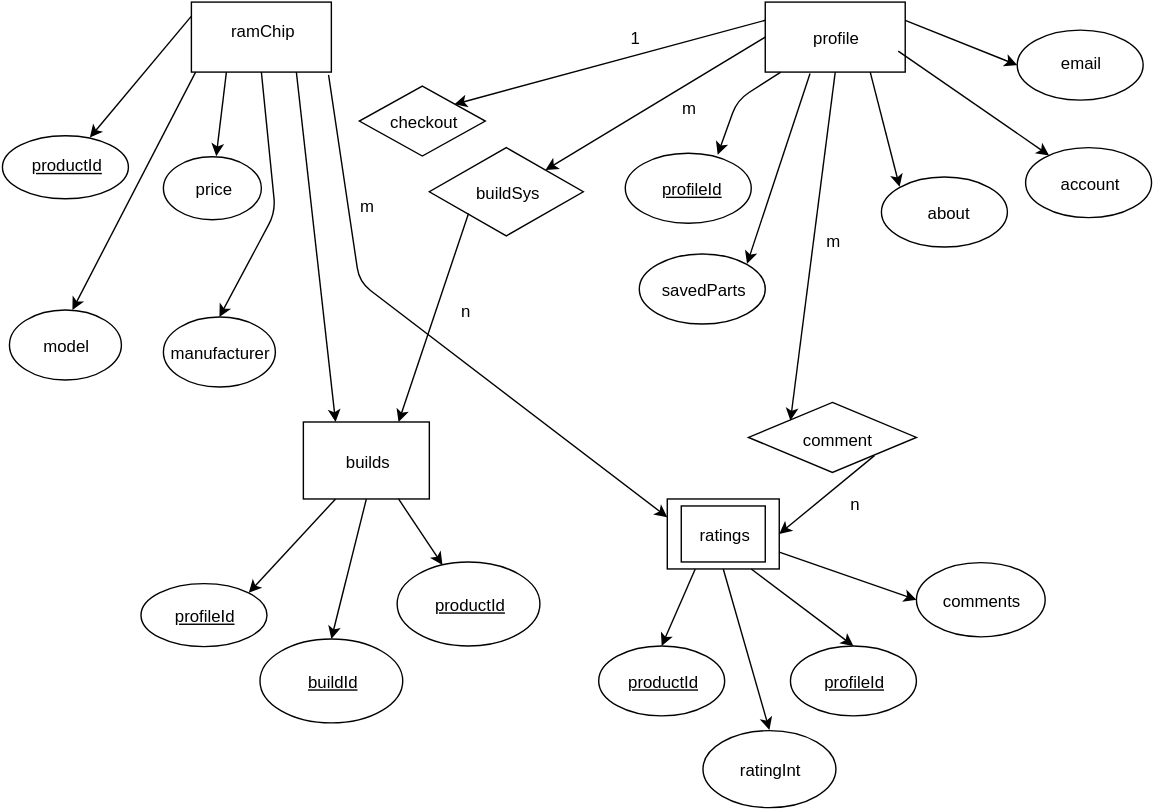
Before: pcpartpickerdotcom.svg, a diagram exported from draw.io (elainethomas/pcpartpickerdotcom). Source tidied: cells renumbered, new cells last; positions are measured from the earlier drawing's top-left corner, leaving out a move shared by most shapes.
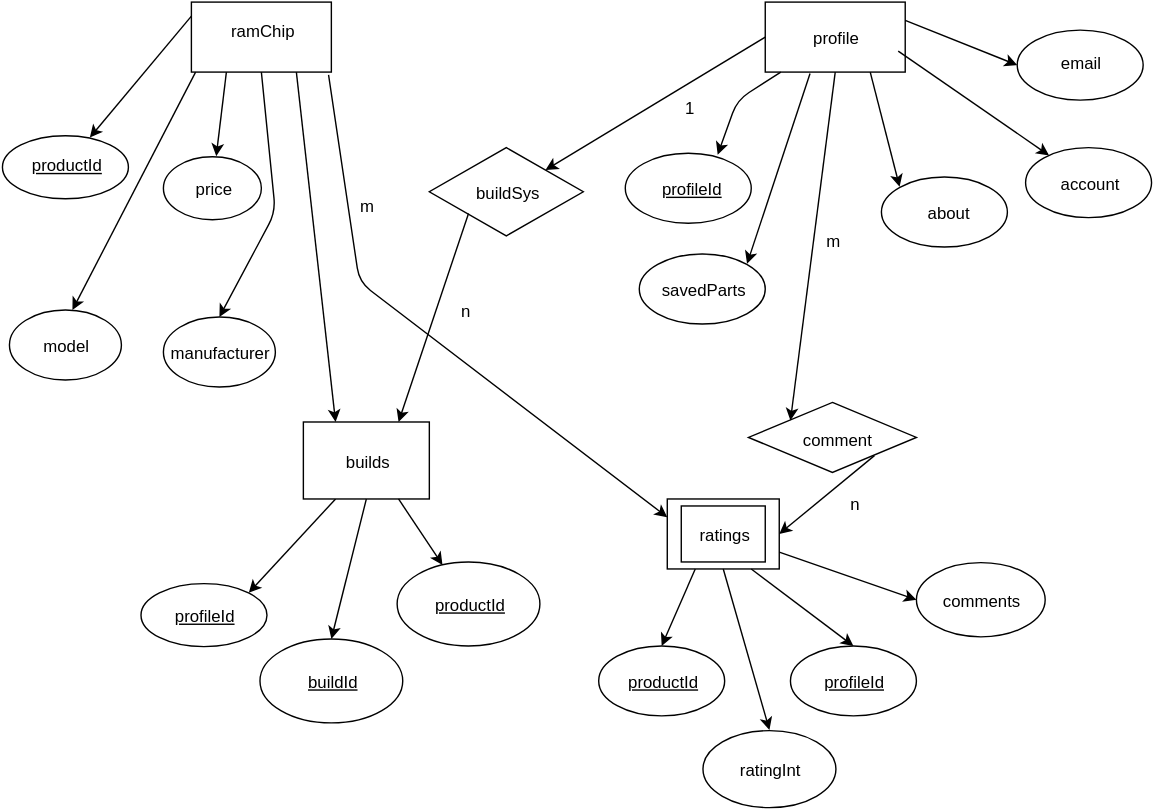
After the change.

Change to the diagram source:
```diff
@@ -79,7 +79,7 @@
     <mxCell id="24" value="profileId&lt;br&gt;" style="text;html=1;strokeColor=none;fillColor=none;align=center;verticalAlign=middle;whiteSpace=wrap;overflow=hidden;fontStyle=4;" parent="1" vertex="1">
       <mxGeometry x="457" y="123" width="70" height="20" as="geometry" />
     </mxCell>
-    <mxCell id="25" value="m" style="text;html=1;strokeColor=none;fillColor=none;align=center;verticalAlign=middle;whiteSpace=wrap;overflow=hidden;" parent="1" vertex="1">
+    <mxCell id="25" value="1" style="text;html=1;strokeColor=none;fillColor=none;align=center;verticalAlign=middle;whiteSpace=wrap;overflow=hidden;" parent="1" vertex="1">
       <mxGeometry x="470" y="65" width="40" height="20" as="geometry" />
     </mxCell>
     <mxCell id="26" value="about" style="text;html=1;strokeColor=none;fillColor=none;align=center;verticalAlign=middle;whiteSpace=wrap;overflow=hidden;" parent="1" vertex="1">
@@ -127,15 +127,6 @@
     <mxCell id="40" value="m" style="text;html=1;strokeColor=none;fillColor=none;align=center;verticalAlign=middle;whiteSpace=wrap;overflow=hidden;" parent="1" vertex="1">
       <mxGeometry x="240" y="135" width="40" height="20" as="geometry" />
     </mxCell>
-    <mxCell id="41" value="checkout" style="rhombus;whiteSpace=wrap;html=1;strokeColor=#000000;gradientColor=#ffffff;" parent="1" vertex="1">
-      <mxGeometry x="255" y="60" width="90" height="50" as="geometry" />
-    </mxCell>
-    <mxCell id="42" style="endArrow=classic;html=1;exitX=0;exitY=0.25;entryX=1;entryY=0;" parent="1" edge="1" source="3" target="41">
-      <mxGeometry relative="1" as="geometry" />
-    </mxCell>
-    <mxCell id="43" value="1" style="text;html=1;strokeColor=none;fillColor=none;align=center;verticalAlign=middle;whiteSpace=wrap;overflow=hidden;" parent="1" vertex="1">
-      <mxGeometry x="431" y="15" width="40" height="20" as="geometry" />
-    </mxCell>
     <mxCell id="44" style="edgeStyle=orthogonalEdgeStyle;rounded=0;html=1;exitX=0.25;exitY=1;entryX=0.25;entryY=1;jettySize=auto;orthogonalLoop=1;" parent="1" edge="1" source="2" target="2">
       <mxGeometry relative="1" as="geometry" />
     </mxCell>
```
